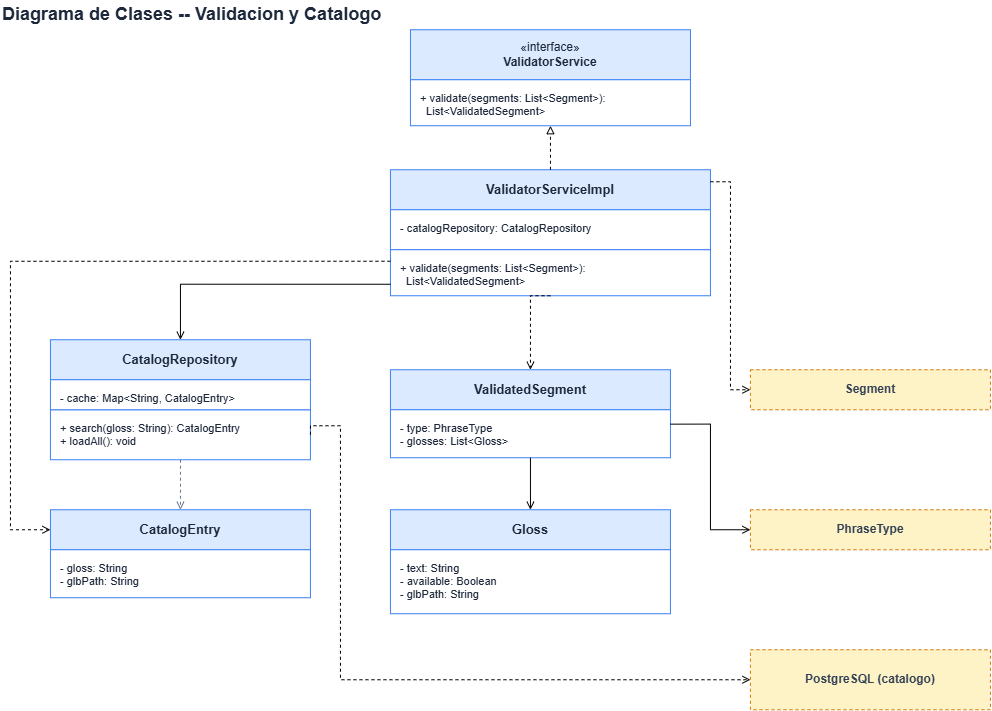
Before: docs/diagrams/sdd-7.1-clases-3-validacion-catalogo.drawio.png, a diagram exported from draw.io (sign-ai-organization/signall-backend). Source tidied: cells renumbered, new cells last; positions are measured from the earlier drawing's top-left corner, leaving out a move shared by most shapes.
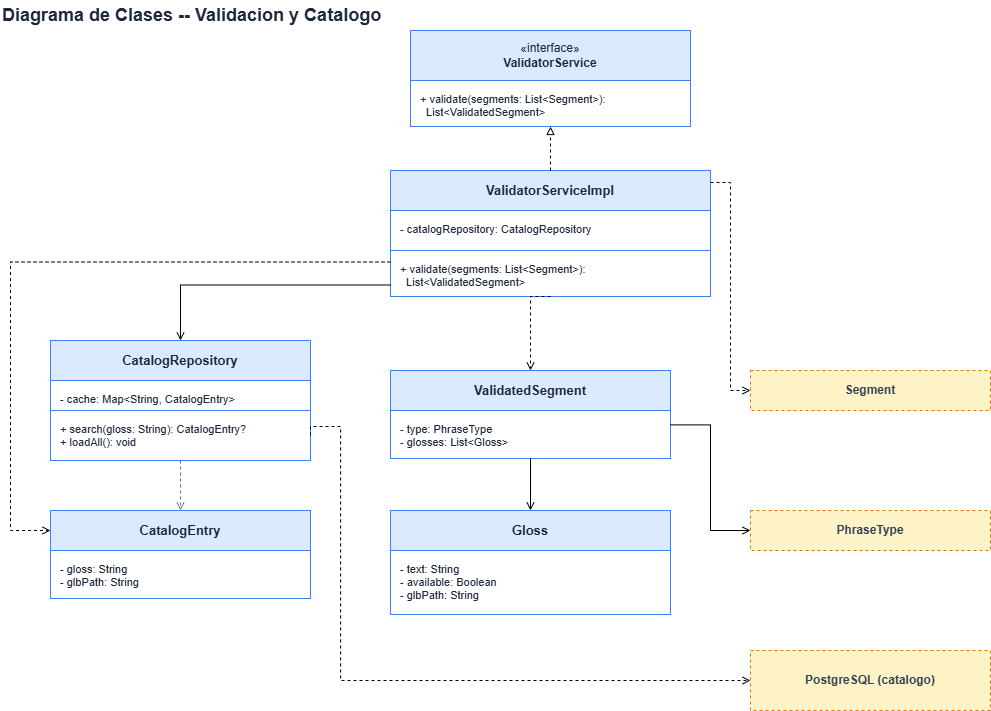
After the change.

The edit, as a diff of the source:
```diff
@@ -23,7 +23,7 @@
     <mxCell id="8" value="CatalogRepository" style="rounded=0;whiteSpace=wrap;html=1;fillColor=#dbeafe;strokeColor=#3b82f6;fontSize=13;fontStyle=1;fontColor=#1e293b;align=center;verticalAlign=middle;" parent="1" vertex="1">
       <mxGeometry x="50" y="340" width="260" height="40" as="geometry" />
     </mxCell>
-    <mxCell id="9" value="+ search(gloss: String): CatalogEntry&lt;div&gt;+ loadAll(): void&lt;/div&gt;" style="rounded=0;whiteSpace=wrap;html=1;fillColor=#ffffff;strokeColor=#3b82f6;fontSize=11;fontColor=#1e293b;align=left;verticalAlign=top;spacingLeft=8;spacingTop=6;" parent="1" vertex="1">
+    <mxCell id="9" value="+ search(gloss: String): CatalogEntry?&lt;div&gt;+ loadAll(): void&lt;/div&gt;" style="rounded=0;whiteSpace=wrap;html=1;fillColor=#ffffff;strokeColor=#3b82f6;fontSize=11;fontColor=#1e293b;align=left;verticalAlign=top;spacingLeft=8;spacingTop=6;" parent="1" vertex="1">
       <mxGeometry x="50" y="410" width="260" height="50" as="geometry" />
     </mxCell>
     <mxCell id="10" value="CatalogEntry" style="rounded=0;whiteSpace=wrap;html=1;fillColor=#dbeafe;strokeColor=#3b82f6;fontSize=13;fontStyle=1;fontColor=#1e293b;align=center;verticalAlign=middle;" parent="1" vertex="1">
```
